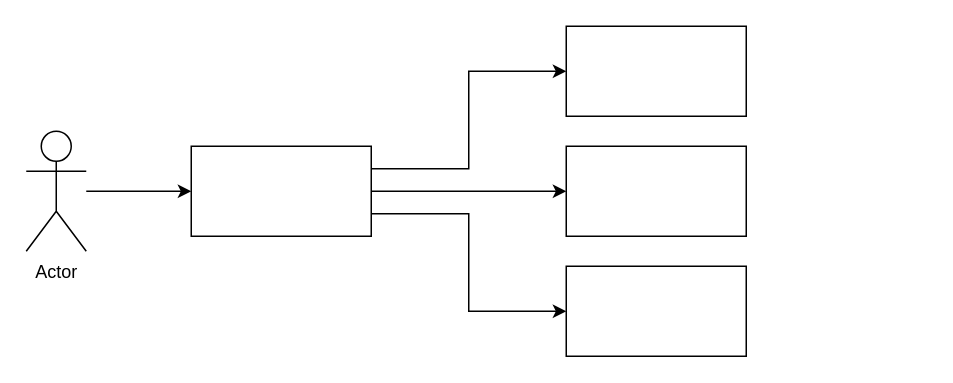
Earlier version of the draw.io diagram Диаграмма без названия.drawio (Evgenion47/universityProjects). Source tidied: cells renumbered, new cells numbered last; positions are measured from the earlier drawing's top-left corner, leaving out a move shared by most shapes. Both pictures are drawn from the tidied source at 150%, with x=0, y=0 at pixel (26, 26).
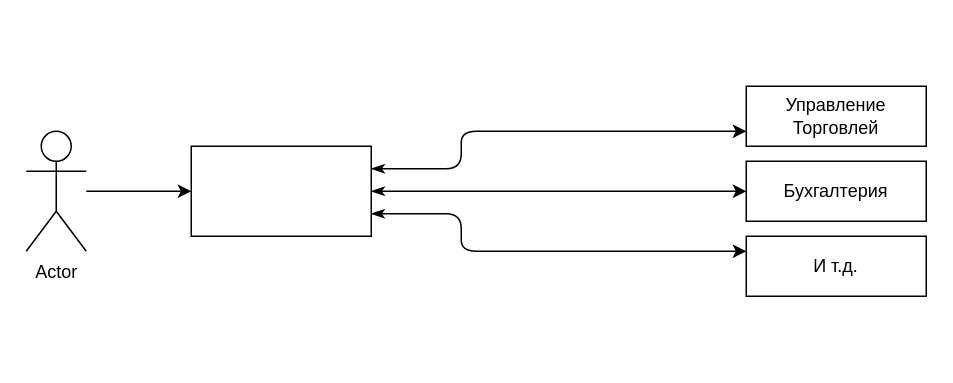
After the change.

The edit, as a diff of the source:
```diff
@@
 <mxGraphModel>
   <root>
     <mxCell id="0" />
     <mxCell id="1" parent="0" />
     <mxCell id="2" style="edgeStyle=orthogonalEdgeStyle;rounded=0;jettySize=auto;html=1;entryX=0;entryY=0.5;entryDx=0;entryDy=0;" parent="1" edge="1" source="3" target="7">
       <mxGeometry relative="1" as="geometry" />
     </mxCell>
     <mxCell id="3" value="Actor" style="shape=umlActor;verticalLabelPosition=bottom;verticalAlign=top;html=1;outlineConnect=0;" parent="1" vertex="1">
       <mxGeometry y="70" width="40" height="80" as="geometry" />
     </mxCell>
-    <mxCell id="4" style="edgeStyle=orthogonalEdgeStyle;rounded=0;jettySize=auto;html=1;exitX=1;exitY=0.75;exitDx=0;exitDy=0;entryX=0;entryY=0.5;entryDx=0;entryDy=0;" parent="1" edge="1" source="7" target="10">
-      <mxGeometry relative="1" as="geometry" />
+    <mxCell id="4" style="edgeStyle=orthogonalEdgeStyle;rounded=1;jettySize=auto;html=1;exitX=1;exitY=0.75;exitDx=0;exitDy=0;entryX=0;entryY=0.25;entryDx=0;entryDy=0;startArrow=classicThin;startFill=1;" parent="1" edge="1" source="7" target="10">
+      <mxGeometry relative="1" as="geometry">
+        <Array as="points">
+          <mxPoint x="290" y="125" />
+          <mxPoint x="290" y="150" />
+        </Array>
+      </mxGeometry>
     </mxCell>
-    <mxCell id="5" style="edgeStyle=orthogonalEdgeStyle;rounded=0;jettySize=auto;html=1;exitX=1;exitY=0.5;exitDx=0;exitDy=0;entryX=0;entryY=0.5;entryDx=0;entryDy=0;" parent="1" edge="1" source="7" target="9">
+    <mxCell id="5" style="edgeStyle=orthogonalEdgeStyle;rounded=0;jettySize=auto;html=1;exitX=1;exitY=0.5;exitDx=0;exitDy=0;entryX=0;entryY=0.5;entryDx=0;entryDy=0;startArrow=classicThin;startFill=1;" parent="1" edge="1" source="7" target="9">
       <mxGeometry relative="1" as="geometry" />
     </mxCell>
-    <mxCell id="6" style="edgeStyle=orthogonalEdgeStyle;rounded=0;jettySize=auto;html=1;exitX=1;exitY=0.25;exitDx=0;exitDy=0;entryX=0;entryY=0.5;entryDx=0;entryDy=0;strokeColor=default;" parent="1" edge="1" source="7" target="8">
-      <mxGeometry relative="1" as="geometry" />
+    <mxCell id="6" style="edgeStyle=orthogonalEdgeStyle;jettySize=auto;html=1;exitX=1;exitY=0.25;exitDx=0;exitDy=0;entryX=0;entryY=0.75;entryDx=0;entryDy=0;strokeColor=default;rounded=1;startArrow=classicThin;startFill=1;" parent="1" edge="1" source="7" target="8">
+      <mxGeometry relative="1" as="geometry">
+        <Array as="points">
+          <mxPoint x="290" y="95" />
+          <mxPoint x="290" y="70" />
+        </Array>
+      </mxGeometry>
     </mxCell>
     <mxCell id="7" style="rounded=0;whiteSpace=wrap;html=1;" parent="1" vertex="1">
       <mxGeometry x="110" y="80" width="120" height="60" as="geometry" />
     </mxCell>
-    <mxCell id="8" style="rounded=0;whiteSpace=wrap;html=1;" parent="1" vertex="1">
-      <mxGeometry x="360" width="120" height="60" as="geometry" />
+    <mxCell id="8" value="Управление Торговлей" style="rounded=0;whiteSpace=wrap;html=1;" parent="1" vertex="1">
+      <mxGeometry x="480" y="40" width="120" height="40" as="geometry" />
     </mxCell>
-    <mxCell id="9" style="rounded=0;whiteSpace=wrap;html=1;" parent="1" vertex="1">
-      <mxGeometry x="360" y="80" width="120" height="60" as="geometry" />
+    <mxCell id="9" value="Бухгалтерия" style="rounded=0;whiteSpace=wrap;html=1;" parent="1" vertex="1">
+      <mxGeometry x="480" y="90" width="120" height="40" as="geometry" />
     </mxCell>
-    <mxCell id="10" style="rounded=0;whiteSpace=wrap;html=1;" parent="1" vertex="1">
-      <mxGeometry x="360" y="160" width="120" height="60" as="geometry" />
+    <mxCell id="10" value="И т.д." style="rounded=0;whiteSpace=wrap;html=1;" parent="1" vertex="1">
+      <mxGeometry x="480" y="140" width="120" height="40" as="geometry" />
     </mxCell>
   </root>
 </mxGraphModel>
```
